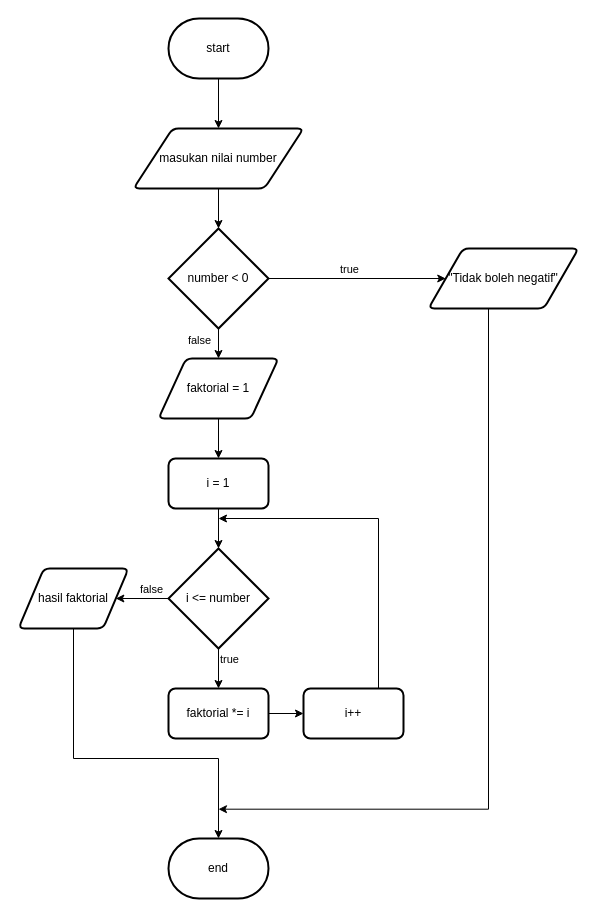
The draw.io diagram page "4. Menghitung faktorial suatu bilangan." (4 of 5) of Tugas Flowchart.drawio in Mufty-arifin/Dibimbing, before the edit. Source tidied: cells renumbered, new cells numbered last; positions are measured from the earlier drawing's top-left corner, leaving out a move shared by most shapes. Both pictures are drawn from the tidied source at 100%, with x=0, y=0 at pixel (18, 18).
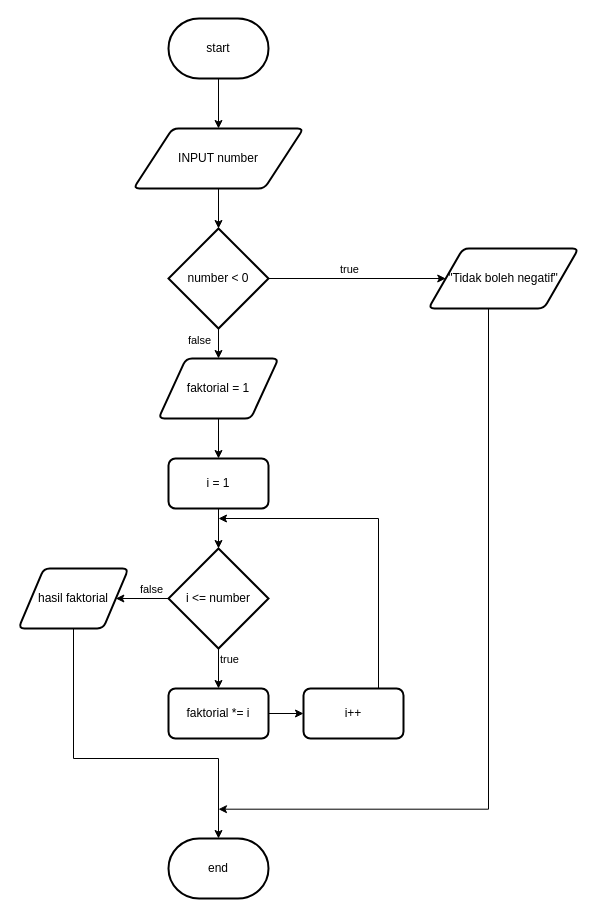
The same diagram, later.

Diff of the diagram source:
```diff
@@
-    <mxCell id="5" value="masukan nilai number" style="shape=parallelogram;html=1;strokeWidth=2;perimeter=parallelogramPerimeter;whiteSpace=wrap;rounded=1;arcSize=12;size=0.23;" parent="1" vertex="1">
+    <mxCell id="5" value="INPUT number" style="shape=parallelogram;html=1;strokeWidth=2;perimeter=parallelogramPerimeter;whiteSpace=wrap;rounded=1;arcSize=12;size=0.23;" parent="1" vertex="1">
       <mxGeometry x="115" y="110" width="170" height="60" as="geometry" />
     </mxCell>
```
